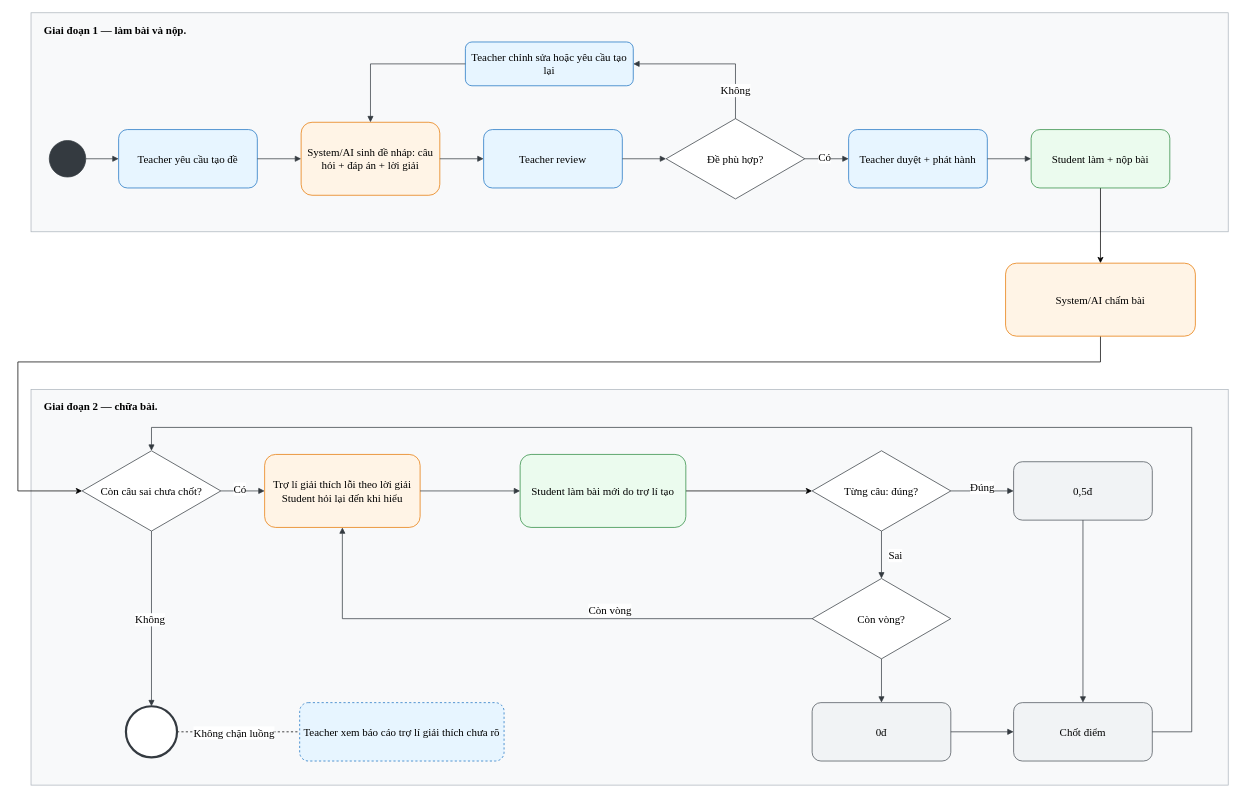
Above: docs/diagrams/activity-overview.drawio in biabeogo147/AI-Assessment-and-Feedback-Assistant (draw.io), before the change. Source tidied: cells renumbered, new cells numbered last; positions are measured from the earlier drawing's top-left corner, leaving out a move shared by most shapes. Both pictures are drawn from the tidied source at 73%, with x=0, y=0 at pixel (18, 12).
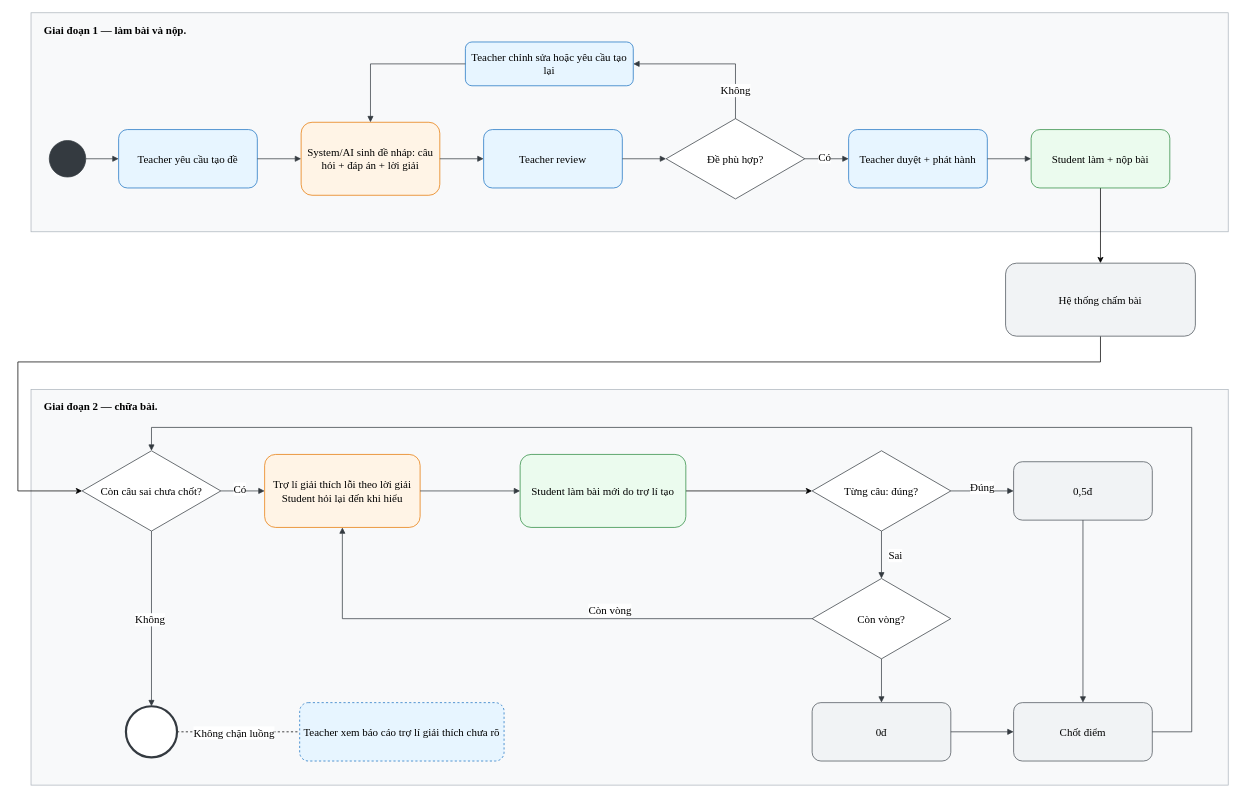
Above is the later version.

Change to the diagram source:
```diff
@@
-    <mxCell id="14" value="System/AI chấm bài" style="rounded=1;whiteSpace=wrap;html=1;fillColor=#fff4e6;strokeColor=#e67700;fontSize=15;fontFamily=Times New Roman;" parent="1" vertex="1">
+    <mxCell id="14" value="Hệ thống chấm bài" style="rounded=1;whiteSpace=wrap;html=1;fillColor=#f1f3f5;strokeColor=#495057;fontSize=15;fontFamily=Times New Roman;" parent="1" vertex="1">
       <mxGeometry x="1353" y="343" width="260" height="100" as="geometry" />
     </mxCell>
```
